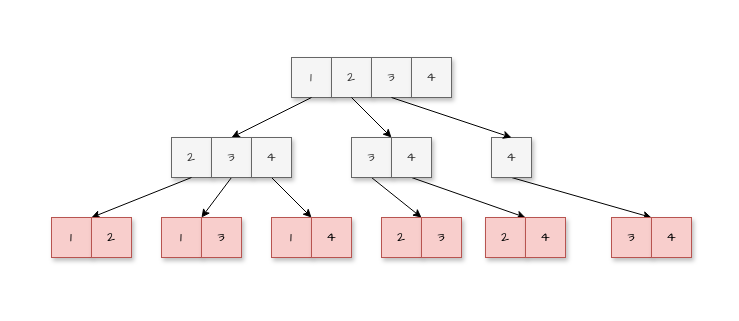
This is draw.io/组合.drawio from goldknife6/algorithm, a draw.io file, before an edit. Source tidied: cells renumbered, new cells numbered last; positions are measured from the earlier drawing's top-left corner, leaving out a move shared by most shapes. Both pictures are drawn from the tidied source at 100%, with x=0, y=0 at pixel (51, 57).
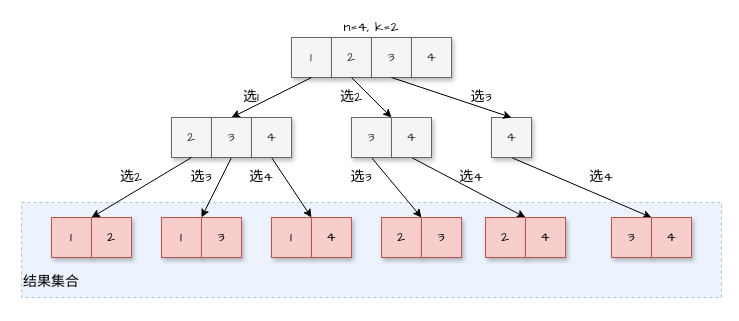
Above is the later version.

What changed in the source:
```diff
@@
+    <mxCell id="33" style="rounded=0;whiteSpace=wrap;html=1;shadow=0;fontFamily=Comic Sans MS;fontSize=14;opacity=50;fillColor=#dae8fc;strokeColor=#6c8ebf;dashed=1;" parent="1" vertex="1">
+      <mxGeometry x="-30" y="145" width="700" height="95" as="geometry" />
+    </mxCell>
     <mxCell id="2" value="&lt;font style=&quot;font-size: 14px&quot; face=&quot;Comic Sans MS&quot;&gt;1&lt;/font&gt;" style="rounded=0;whiteSpace=wrap;html=1;fillColor=#f5f5f5;fontColor=#333333;strokeColor=#666666;shadow=1;" parent="1" vertex="1">
-      <mxGeometry x="240" width="40" height="40" as="geometry" />
+      <mxGeometry x="240" y="-20" width="40" height="40" as="geometry" />
     </mxCell>
     <mxCell id="3" value="&lt;font style=&quot;font-size: 14px&quot; face=&quot;Comic Sans MS&quot;&gt;2&lt;/font&gt;" style="rounded=0;whiteSpace=wrap;html=1;fillColor=#f5f5f5;fontColor=#333333;strokeColor=#666666;shadow=1;" parent="1" vertex="1">
-      <mxGeometry x="280" width="40" height="40" as="geometry" />
+      <mxGeometry x="280" y="-20" width="40" height="40" as="geometry" />
     </mxCell>
     <mxCell id="4" value="&lt;font style=&quot;font-size: 14px&quot; face=&quot;Comic Sans MS&quot;&gt;3&lt;/font&gt;" style="rounded=0;whiteSpace=wrap;html=1;fillColor=#f5f5f5;fontColor=#333333;strokeColor=#666666;shadow=1;" parent="1" vertex="1">
-      <mxGeometry x="320" width="40" height="40" as="geometry" />
+      <mxGeometry x="320" y="-20" width="40" height="40" as="geometry" />
     </mxCell>
     <mxCell id="5" value="&lt;font style=&quot;font-size: 14px&quot; face=&quot;Comic Sans MS&quot;&gt;4&lt;/font&gt;" style="rounded=0;whiteSpace=wrap;html=1;fillColor=#f5f5f5;fontColor=#333333;strokeColor=#666666;shadow=1;" parent="1" vertex="1">
-      <mxGeometry x="360" width="40" height="40" as="geometry" />
+      <mxGeometry x="360" y="-20" width="40" height="40" as="geometry" />
     </mxCell>
@@
     <mxCell id="7" value="&lt;font style=&quot;font-size: 14px&quot; face=&quot;Comic Sans MS&quot;&gt;2&lt;/font&gt;" style="rounded=0;whiteSpace=wrap;html=1;fillColor=#f5f5f5;fontColor=#333333;strokeColor=#666666;shadow=1;" parent="1" vertex="1">
-      <mxGeometry x="120" y="80" width="40" height="40" as="geometry" />
+      <mxGeometry x="120" y="60" width="40" height="40" as="geometry" />
     </mxCell>
@@
     <mxCell id="9" value="&lt;font style=&quot;font-size: 14px&quot; face=&quot;Comic Sans MS&quot;&gt;3&lt;/font&gt;" style="rounded=0;whiteSpace=wrap;html=1;fillColor=#f5f5f5;fontColor=#333333;strokeColor=#666666;shadow=1;" parent="1" vertex="1">
-      <mxGeometry x="160" y="80" width="40" height="40" as="geometry" />
+      <mxGeometry x="160" y="60" width="40" height="40" as="geometry" />
     </mxCell>
@@
     <mxCell id="11" value="&lt;font style=&quot;font-size: 14px&quot; face=&quot;Comic Sans MS&quot;&gt;4&lt;/font&gt;" style="rounded=0;whiteSpace=wrap;html=1;fillColor=#f5f5f5;fontColor=#333333;strokeColor=#666666;shadow=1;" parent="1" vertex="1">
-      <mxGeometry x="200" y="80" width="40" height="40" as="geometry" />
+      <mxGeometry x="200" y="60" width="40" height="40" as="geometry" />
     </mxCell>
@@
     <mxCell id="13" value="&lt;font style=&quot;font-size: 14px&quot; face=&quot;Comic Sans MS&quot;&gt;3&lt;/font&gt;" style="rounded=0;whiteSpace=wrap;html=1;fillColor=#f5f5f5;fontColor=#333333;strokeColor=#666666;shadow=1;" parent="1" vertex="1">
-      <mxGeometry x="300" y="80" width="40" height="40" as="geometry" />
+      <mxGeometry x="300" y="60" width="40" height="40" as="geometry" />
     </mxCell>
@@
     <mxCell id="15" value="&lt;font style=&quot;font-size: 14px&quot; face=&quot;Comic Sans MS&quot;&gt;4&lt;/font&gt;" style="rounded=0;whiteSpace=wrap;html=1;fillColor=#f5f5f5;fontColor=#333333;strokeColor=#666666;shadow=1;" parent="1" vertex="1">
-      <mxGeometry x="340" y="80" width="40" height="40" as="geometry" />
+      <mxGeometry x="340" y="60" width="40" height="40" as="geometry" />
     </mxCell>
@@
     <mxCell id="17" value="&lt;font style=&quot;font-size: 14px&quot; face=&quot;Comic Sans MS&quot;&gt;4&lt;/font&gt;" style="rounded=0;whiteSpace=wrap;html=1;fillColor=#f5f5f5;fontColor=#333333;strokeColor=#666666;shadow=1;" parent="1" vertex="1">
-      <mxGeometry x="440" y="80" width="40" height="40" as="geometry" />
+      <mxGeometry x="440" y="60" width="40" height="40" as="geometry" />
     </mxCell>
@@
+    <mxCell id="34" value="选1" style="text;html=1;strokeColor=none;fillColor=none;align=center;verticalAlign=middle;whiteSpace=wrap;rounded=0;shadow=1;fontFamily=Comic Sans MS;fontSize=14;" parent="1" vertex="1">
+      <mxGeometry x="180" y="30" width="40" height="20" as="geometry" />
+    </mxCell>
+    <mxCell id="35" value="选2" style="text;html=1;strokeColor=none;fillColor=none;align=center;verticalAlign=middle;whiteSpace=wrap;rounded=0;shadow=1;fontFamily=Comic Sans MS;fontSize=14;" parent="1" vertex="1">
+      <mxGeometry x="280" y="30" width="40" height="20" as="geometry" />
+    </mxCell>
+    <mxCell id="36" value="选3" style="text;html=1;strokeColor=none;fillColor=none;align=center;verticalAlign=middle;whiteSpace=wrap;rounded=0;shadow=1;fontFamily=Comic Sans MS;fontSize=14;" parent="1" vertex="1">
+      <mxGeometry x="410" y="30" width="40" height="20" as="geometry" />
+    </mxCell>
+    <mxCell id="37" value="选2" style="text;html=1;strokeColor=none;fillColor=none;align=center;verticalAlign=middle;whiteSpace=wrap;rounded=0;shadow=1;fontFamily=Comic Sans MS;fontSize=14;" parent="1" vertex="1">
+      <mxGeometry x="60" y="110" width="40" height="20" as="geometry" />
+    </mxCell>
+    <mxCell id="38" value="选3" style="text;html=1;strokeColor=none;fillColor=none;align=center;verticalAlign=middle;whiteSpace=wrap;rounded=0;shadow=1;fontFamily=Comic Sans MS;fontSize=14;" parent="1" vertex="1">
+      <mxGeometry x="130" y="110" width="40" height="20" as="geometry" />
+    </mxCell>
+    <mxCell id="39" value="选4" style="text;html=1;strokeColor=none;fillColor=none;align=center;verticalAlign=middle;whiteSpace=wrap;rounded=0;shadow=1;fontFamily=Comic Sans MS;fontSize=14;" parent="1" vertex="1">
+      <mxGeometry x="190" y="110" width="40" height="20" as="geometry" />
+    </mxCell>
+    <mxCell id="40" value="选3" style="text;html=1;strokeColor=none;fillColor=none;align=center;verticalAlign=middle;whiteSpace=wrap;rounded=0;shadow=1;fontFamily=Comic Sans MS;fontSize=14;" parent="1" vertex="1">
+      <mxGeometry x="290" y="110" width="40" height="20" as="geometry" />
+    </mxCell>
+    <mxCell id="41" value="选4" style="text;html=1;strokeColor=none;fillColor=none;align=center;verticalAlign=middle;whiteSpace=wrap;rounded=0;shadow=1;fontFamily=Comic Sans MS;fontSize=14;" parent="1" vertex="1">
+      <mxGeometry x="400" y="110" width="40" height="20" as="geometry" />
+    </mxCell>
+    <mxCell id="42" value="选4" style="text;html=1;strokeColor=none;fillColor=none;align=center;verticalAlign=middle;whiteSpace=wrap;rounded=0;shadow=1;fontFamily=Comic Sans MS;fontSize=14;" parent="1" vertex="1">
+      <mxGeometry x="530" y="110" width="40" height="20" as="geometry" />
+    </mxCell>
+    <mxCell id="43" value="结果集合" style="text;html=1;strokeColor=none;fillColor=none;align=center;verticalAlign=middle;whiteSpace=wrap;rounded=0;shadow=1;fontFamily=Comic Sans MS;fontSize=14;opacity=50;" parent="1" vertex="1">
+      <mxGeometry x="-30" y="210" width="60" height="30" as="geometry" />
+    </mxCell>
+    <mxCell id="44" value="n=4, k=2" style="text;html=1;strokeColor=none;fillColor=none;align=center;verticalAlign=middle;whiteSpace=wrap;rounded=0;shadow=0;dashed=1;fontFamily=Comic Sans MS;fontSize=14;opacity=50;" parent="1" vertex="1">
+      <mxGeometry x="240" y="-40" width="160" height="20" as="geometry" />
+    </mxCell>
```
